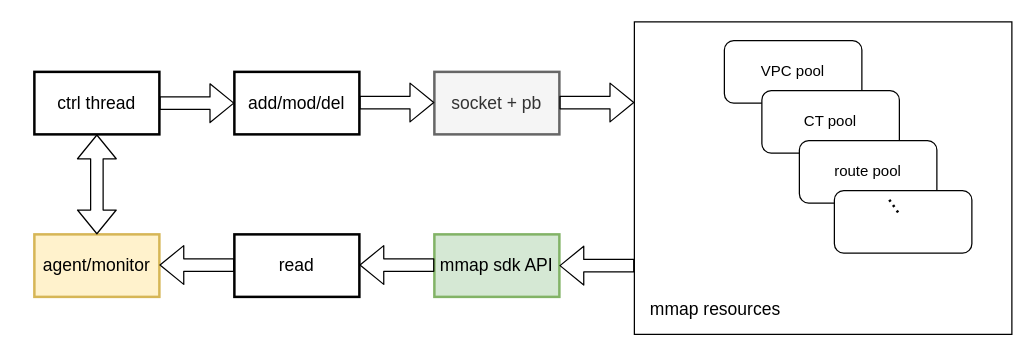
Before: Untitled Diagram.drawio in WenqingWu/pktRxTx, a draw.io diagram. Source tidied: cells renumbered, new cells numbered last; positions are measured from the earlier drawing's top-left corner, leaving out a move shared by most shapes. Both pictures are drawn from the tidied source at 125%, with x=0, y=0 at pixel (34, 21).
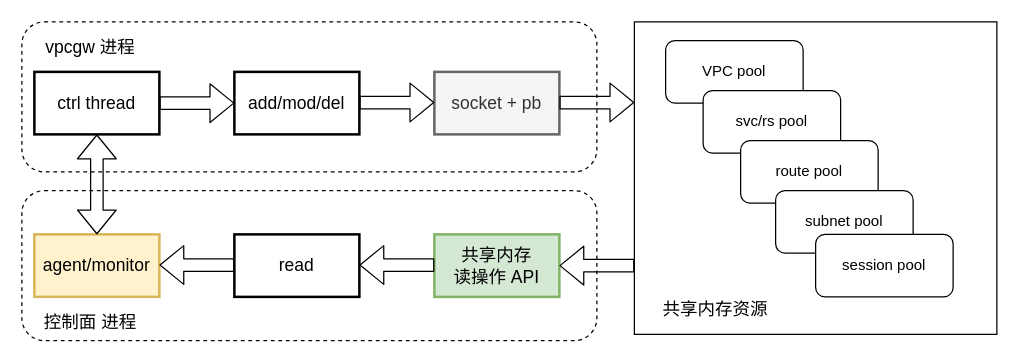
After the change.

What changed in the source:
```diff
@@
+    <mxCell id="22" style="rounded=1;whiteSpace=wrap;html=1;dashed=1;" parent="1" vertex="1">
+      <mxGeometry x="-10" y="135" width="460" height="120" as="geometry" />
+    </mxCell>
+    <mxCell id="23" style="rounded=1;whiteSpace=wrap;html=1;dashed=1;" parent="1" vertex="1">
+      <mxGeometry x="-10" width="460" height="120" as="geometry" />
+    </mxCell>
     <mxCell id="2" style="rounded=0;whiteSpace=wrap;html=1;" parent="1" vertex="1">
-      <mxGeometry x="480" width="302" height="250" as="geometry" />
+      <mxGeometry x="480" width="290" height="250" as="geometry" />
     </mxCell>
     <mxCell id="3" value="VPC pool" style="rounded=1;whiteSpace=wrap;html=1;" parent="1" vertex="1">
-      <mxGeometry x="552" y="15" width="110" height="50" as="geometry" />
+      <mxGeometry x="505" y="15" width="110" height="50" as="geometry" />
     </mxCell>
-    <mxCell id="4" value="CT pool" style="rounded=1;whiteSpace=wrap;html=1;" parent="1" vertex="1">
-      <mxGeometry x="582" y="55" width="110" height="50" as="geometry" />
+    <mxCell id="4" value="svc/rs pool" style="rounded=1;whiteSpace=wrap;html=1;" parent="1" vertex="1">
+      <mxGeometry x="535" y="55" width="110" height="50" as="geometry" />
     </mxCell>
     <mxCell id="5" value="route pool" style="rounded=1;whiteSpace=wrap;html=1;" parent="1" vertex="1">
-      <mxGeometry x="612" y="95" width="110" height="50" as="geometry" />
+      <mxGeometry x="565" y="95" width="110" height="50" as="geometry" />
     </mxCell>
-    <mxCell id="6" style="rounded=1;whiteSpace=wrap;html=1;" parent="1" vertex="1">
-      <mxGeometry x="640" y="135" width="110" height="50" as="geometry" />
+    <mxCell id="6" value="subnet pool" style="rounded=1;whiteSpace=wrap;html=1;" parent="1" vertex="1">
+      <mxGeometry x="593" y="135" width="110" height="50" as="geometry" />
     </mxCell>
-    <mxCell id="7" value="&lt;font style=&quot;font-size: 19px&quot;&gt;...&lt;/font&gt;" style="text;html=1;strokeColor=none;fillColor=none;align=center;verticalAlign=middle;whiteSpace=wrap;rounded=0;rotation=55;" parent="1" vertex="1">
-      <mxGeometry x="672" y="135" width="40" height="20" as="geometry" />
-    </mxCell>
-    <mxCell id="8" value="&lt;font style=&quot;font-size: 14px&quot;&gt;mmap resources&lt;/font&gt;" style="text;html=1;strokeColor=none;fillColor=none;align=center;verticalAlign=middle;whiteSpace=wrap;rounded=0;strokeWidth=2;" parent="1" vertex="1">
+    <mxCell id="8" value="&lt;font style=&quot;font-size: 14px&quot;&gt;共享内存资源&lt;/font&gt;" style="text;html=1;strokeColor=none;fillColor=none;align=center;verticalAlign=middle;whiteSpace=wrap;rounded=0;strokeWidth=2;" parent="1" vertex="1">
       <mxGeometry x="480" y="220" width="130" height="20" as="geometry" />
     </mxCell>
@@
-    <mxCell id="14" value="&lt;span style=&quot;font-size: 14px&quot;&gt;mmap sdk API&lt;/span&gt;" style="rounded=0;whiteSpace=wrap;html=1;strokeWidth=2;fillColor=#d5e8d4;strokeColor=#82b366;" parent="1" vertex="1">
+    <mxCell id="14" value="&lt;span style=&quot;font-size: 14px&quot;&gt;共享内存 &lt;br&gt;读操作 API&lt;/span&gt;" style="rounded=0;whiteSpace=wrap;html=1;strokeWidth=2;fillColor=#d5e8d4;strokeColor=#82b366;" parent="1" vertex="1">
       <mxGeometry x="320" y="170" width="100" height="50" as="geometry" />
     </mxCell>
@@
+    <mxCell id="24" value="session pool" style="rounded=1;whiteSpace=wrap;html=1;" parent="1" vertex="1">
+      <mxGeometry x="625" y="170" width="110" height="50" as="geometry" />
+    </mxCell>
+    <mxCell id="25" value="&lt;font style=&quot;font-size: 14px&quot;&gt;vpcgw 进程&lt;/font&gt;" style="text;html=1;strokeColor=none;fillColor=none;align=center;verticalAlign=middle;whiteSpace=wrap;rounded=0;" parent="1" vertex="1">
+      <mxGeometry y="10" width="90" height="20" as="geometry" />
+    </mxCell>
+    <mxCell id="26" value="&lt;font style=&quot;font-size: 14px&quot;&gt;控制面 进程&lt;/font&gt;" style="text;html=1;strokeColor=none;fillColor=none;align=center;verticalAlign=middle;whiteSpace=wrap;rounded=0;" parent="1" vertex="1">
+      <mxGeometry y="230" width="90" height="20" as="geometry" />
+    </mxCell>
```
